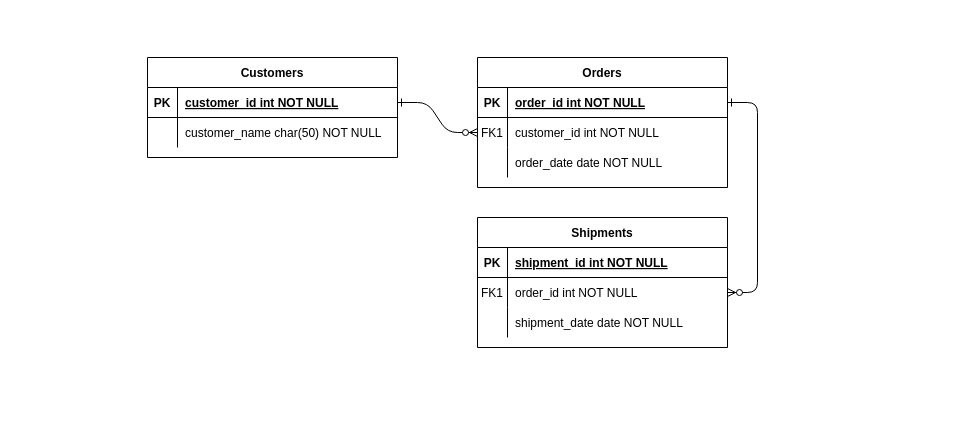
Earlier version of the draw.io diagram Diagramă conceptuală.drawio (Fabbye3737/modelare_db). Source tidied: cells renumbered, new cells numbered last; positions are measured from the earlier drawing's top-left corner, leaving out a move shared by most shapes. Both pictures are drawn from the tidied source at 100%, with x=0, y=0 at pixel (147, 57).
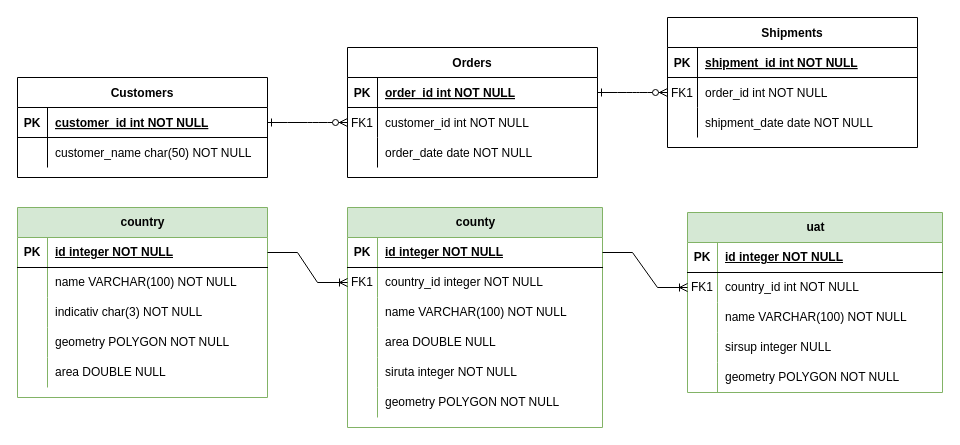
The same page after the edit.

The edit, as a diff of the source:
```diff
@@
     <mxCell id="4" value="Orders" style="shape=table;startSize=30;childLayout=tableLayout;rowLines=0;fontStyle=1;align=center;" parent="1" vertex="1">
-      <mxGeometry x="330" width="250" height="130" as="geometry" />
+      <mxGeometry x="200" y="-10" width="250" height="130" as="geometry" />
     </mxCell>
@@
     <mxCell id="14" value="Shipments" style="shape=table;startSize=30;childLayout=tableLayout;rowLines=0;fontStyle=1;align=center;" parent="1" vertex="1">
-      <mxGeometry x="330" y="160" width="250" height="130" as="geometry" />
+      <mxGeometry x="520" y="-40" width="250" height="130" as="geometry" />
     </mxCell>
@@
     <mxCell id="24" value="Customers" style="shape=table;startSize=30;childLayout=tableLayout;rowLines=0;fontStyle=1;align=center;" parent="1" vertex="1">
-      <mxGeometry width="250" height="100" as="geometry" />
+      <mxGeometry x="-130" y="20" width="250" height="100" as="geometry" />
     </mxCell>
@@
+    <mxCell id="31" value="country" style="shape=table;startSize=30;childLayout=tableLayout;rowLines=0;fontStyle=1;align=center;html=1;fillColor=#d5e8d4;strokeColor=#82b366;" parent="1" vertex="1">
+      <mxGeometry x="-130" y="150" width="250" height="190" as="geometry" />
+    </mxCell>
+    <mxCell id="32" style="shape=tableRow;horizontal=0;startSize=0;swimlaneHead=0;swimlaneBody=0;fillColor=none;points=[[0,0.5],[1,0.5]];portConstraint=eastwest;top=0;left=0;right=0;bottom=1;" parent="31" vertex="1">
+      <mxGeometry y="30" width="250" height="30" as="geometry" />
+    </mxCell>
+    <mxCell id="33" value="PK" style="shape=partialRectangle;fillColor=none;top=0;left=0;bottom=0;right=0;fontStyle=1;overflow=hidden;whiteSpace=wrap;html=1;" parent="32" vertex="1">
+      <mxGeometry width="30" height="30" as="geometry" />
+    </mxCell>
+    <mxCell id="34" value="id integer NOT NULL" style="shape=partialRectangle;fillColor=none;top=0;left=0;bottom=0;right=0;align=left;spacingLeft=6;fontStyle=5;overflow=hidden;whiteSpace=wrap;html=1;" parent="32" vertex="1">
+      <mxGeometry x="30" width="220" height="30" as="geometry" />
+    </mxCell>
+    <mxCell id="35" style="shape=tableRow;horizontal=0;startSize=0;swimlaneHead=0;swimlaneBody=0;fillColor=none;top=0;left=0;right=0;bottom=0;" parent="31" vertex="1">
+      <mxGeometry y="60" width="250" height="30" as="geometry" />
+    </mxCell>
+    <mxCell id="36" style="shape=partialRectangle;fillColor=none;top=0;left=0;bottom=0;right=0;overflow=hidden;whiteSpace=wrap;html=1;" parent="35" vertex="1">
+      <mxGeometry width="30" height="30" as="geometry" />
+    </mxCell>
+    <mxCell id="37" value="name VARCHAR(100) NOT NULL" style="shape=partialRectangle;fillColor=none;top=0;left=0;bottom=0;right=0;align=left;spacingLeft=6;overflow=hidden;whiteSpace=wrap;html=1;" parent="35" vertex="1">
+      <mxGeometry x="30" width="220" height="30" as="geometry" />
+    </mxCell>
+    <mxCell id="38" style="shape=tableRow;horizontal=0;startSize=0;swimlaneHead=0;swimlaneBody=0;fillColor=none;top=0;left=0;right=0;bottom=0;" parent="31" vertex="1">
+      <mxGeometry y="90" width="250" height="30" as="geometry" />
+    </mxCell>
+    <mxCell id="39" style="shape=partialRectangle;fillColor=none;top=0;left=0;bottom=0;right=0;overflow=hidden;whiteSpace=wrap;html=1;" parent="38" vertex="1">
+      <mxGeometry width="30" height="30" as="geometry" />
+    </mxCell>
+    <mxCell id="40" value="indicativ char(3) NOT NULL" style="shape=partialRectangle;fillColor=none;top=0;left=0;bottom=0;right=0;align=left;spacingLeft=6;overflow=hidden;whiteSpace=wrap;html=1;" parent="38" vertex="1">
+      <mxGeometry x="30" width="220" height="30" as="geometry" />
+    </mxCell>
+    <mxCell id="41" style="shape=tableRow;horizontal=0;startSize=0;swimlaneHead=0;swimlaneBody=0;fillColor=none;top=0;left=0;right=0;bottom=0;" parent="31" vertex="1">
+      <mxGeometry y="120" width="250" height="30" as="geometry" />
+    </mxCell>
+    <mxCell id="42" style="shape=partialRectangle;fillColor=none;top=0;left=0;bottom=0;right=0;overflow=hidden;whiteSpace=wrap;html=1;" parent="41" vertex="1">
+      <mxGeometry width="30" height="30" as="geometry" />
+    </mxCell>
+    <mxCell id="43" value="geometry POLYGON NOT NULL" style="shape=partialRectangle;fillColor=none;top=0;left=0;bottom=0;right=0;align=left;spacingLeft=6;overflow=hidden;whiteSpace=wrap;html=1;" parent="41" vertex="1">
+      <mxGeometry x="30" width="220" height="30" as="geometry" />
+    </mxCell>
+    <mxCell id="44" style="shape=tableRow;horizontal=0;startSize=0;swimlaneHead=0;swimlaneBody=0;fillColor=none;top=0;left=0;right=0;bottom=0;" parent="31" vertex="1">
+      <mxGeometry y="150" width="250" height="30" as="geometry" />
+    </mxCell>
+    <mxCell id="45" style="shape=partialRectangle;fillColor=none;top=0;left=0;bottom=0;right=0;overflow=hidden;whiteSpace=wrap;html=1;" parent="44" vertex="1">
+      <mxGeometry width="30" height="30" as="geometry" />
+    </mxCell>
+    <mxCell id="46" value="area DOUBLE NULL" style="shape=partialRectangle;fillColor=none;top=0;left=0;bottom=0;right=0;align=left;spacingLeft=6;overflow=hidden;whiteSpace=wrap;html=1;" parent="44" vertex="1">
+      <mxGeometry x="30" width="220" height="30" as="geometry" />
+    </mxCell>
+    <mxCell id="47" value="county" style="shape=table;startSize=30;childLayout=tableLayout;rowLines=0;fontStyle=1;align=center;html=1;fillColor=#d5e8d4;strokeColor=#82b366;" parent="1" vertex="1">
+      <mxGeometry x="200" y="150" width="255" height="220" as="geometry" />
+    </mxCell>
+    <mxCell id="48" style="shape=tableRow;horizontal=0;startSize=0;swimlaneHead=0;swimlaneBody=0;fillColor=none;points=[[0,0.5],[1,0.5]];portConstraint=eastwest;top=0;left=0;right=0;bottom=1;" parent="47" vertex="1">
+      <mxGeometry y="30" width="255" height="30" as="geometry" />
+    </mxCell>
+    <mxCell id="49" value="PK" style="shape=partialRectangle;fillColor=none;top=0;left=0;bottom=0;right=0;fontStyle=1;overflow=hidden;whiteSpace=wrap;html=1;" parent="48" vertex="1">
+      <mxGeometry width="30" height="30" as="geometry" />
+    </mxCell>
+    <mxCell id="50" value="id integer NOT NULL" style="shape=partialRectangle;fillColor=none;top=0;left=0;bottom=0;right=0;align=left;spacingLeft=6;fontStyle=5;overflow=hidden;whiteSpace=wrap;html=1;" parent="48" vertex="1">
+      <mxGeometry x="30" width="225" height="30" as="geometry" />
+    </mxCell>
+    <mxCell id="51" style="shape=tableRow;horizontal=0;startSize=0;swimlaneHead=0;swimlaneBody=0;fillColor=none;points=[[0,0.5],[1,0.5]];portConstraint=eastwest;top=0;left=0;right=0;bottom=0;" parent="47" vertex="1">
+      <mxGeometry y="60" width="255" height="30" as="geometry" />
+    </mxCell>
+    <mxCell id="52" value="FK1" style="shape=partialRectangle;fillColor=none;top=0;left=0;bottom=0;right=0;overflow=hidden;whiteSpace=wrap;html=1;" parent="51" vertex="1">
+      <mxGeometry width="30" height="30" as="geometry" />
+    </mxCell>
+    <mxCell id="53" value="country_id integer NOT NULL" style="shape=partialRectangle;fillColor=none;top=0;left=0;bottom=0;right=0;align=left;spacingLeft=6;overflow=hidden;whiteSpace=wrap;html=1;" parent="51" vertex="1">
+      <mxGeometry x="30" width="225" height="30" as="geometry" />
+    </mxCell>
+    <mxCell id="54" style="shape=tableRow;horizontal=0;startSize=0;swimlaneHead=0;swimlaneBody=0;fillColor=none;top=0;left=0;right=0;bottom=0;" parent="47" vertex="1">
+      <mxGeometry y="90" width="255" height="30" as="geometry" />
+    </mxCell>
+    <mxCell id="55" style="shape=partialRectangle;fillColor=none;top=0;left=0;bottom=0;right=0;overflow=hidden;whiteSpace=wrap;html=1;" parent="54" vertex="1">
+      <mxGeometry width="30" height="30" as="geometry" />
+    </mxCell>
+    <mxCell id="56" value="name VARCHAR(100) NOT NULL" style="shape=partialRectangle;fillColor=none;top=0;left=0;bottom=0;right=0;align=left;spacingLeft=6;overflow=hidden;whiteSpace=wrap;html=1;" parent="54" vertex="1">
+      <mxGeometry x="30" width="225" height="30" as="geometry" />
+    </mxCell>
+    <mxCell id="57" style="shape=tableRow;horizontal=0;startSize=0;swimlaneHead=0;swimlaneBody=0;fillColor=none;top=0;left=0;right=0;bottom=0;" parent="47" vertex="1">
+      <mxGeometry y="120" width="255" height="30" as="geometry" />
+    </mxCell>
+    <mxCell id="58" style="shape=partialRectangle;fillColor=none;top=0;left=0;bottom=0;right=0;overflow=hidden;whiteSpace=wrap;html=1;" parent="57" vertex="1">
+      <mxGeometry width="30" height="30" as="geometry" />
+    </mxCell>
+    <mxCell id="59" value="area DOUBLE NULL" style="shape=partialRectangle;fillColor=none;top=0;left=0;bottom=0;right=0;align=left;spacingLeft=6;overflow=hidden;whiteSpace=wrap;html=1;" parent="57" vertex="1">
+      <mxGeometry x="30" width="225" height="30" as="geometry" />
+    </mxCell>
+    <mxCell id="60" style="shape=tableRow;horizontal=0;startSize=0;swimlaneHead=0;swimlaneBody=0;fillColor=none;top=0;left=0;right=0;bottom=0;" parent="47" vertex="1">
+      <mxGeometry y="150" width="255" height="30" as="geometry" />
+    </mxCell>
+    <mxCell id="61" style="shape=partialRectangle;fillColor=none;top=0;left=0;bottom=0;right=0;overflow=hidden;whiteSpace=wrap;html=1;" parent="60" vertex="1">
+      <mxGeometry width="30" height="30" as="geometry" />
+    </mxCell>
+    <mxCell id="62" value="siruta integer NOT NULL" style="shape=partialRectangle;fillColor=none;top=0;left=0;bottom=0;right=0;align=left;spacingLeft=6;overflow=hidden;whiteSpace=wrap;html=1;" parent="60" vertex="1">
+      <mxGeometry x="30" width="225" height="30" as="geometry" />
+    </mxCell>
+    <mxCell id="63" style="shape=tableRow;horizontal=0;startSize=0;swimlaneHead=0;swimlaneBody=0;fillColor=none;top=0;left=0;right=0;bottom=0;" parent="47" vertex="1">
+      <mxGeometry y="180" width="255" height="30" as="geometry" />
+    </mxCell>
+    <mxCell id="64" style="shape=partialRectangle;fillColor=none;top=0;left=0;bottom=0;right=0;overflow=hidden;whiteSpace=wrap;html=1;" parent="63" vertex="1">
+      <mxGeometry width="30" height="30" as="geometry" />
+    </mxCell>
+    <mxCell id="65" value="geometry POLYGON NOT NULL" style="shape=partialRectangle;fillColor=none;top=0;left=0;bottom=0;right=0;align=left;spacingLeft=6;overflow=hidden;whiteSpace=wrap;html=1;" parent="63" vertex="1">
+      <mxGeometry x="30" width="225" height="30" as="geometry" />
+    </mxCell>
+    <mxCell id="66" style="edgeStyle=entityRelationEdgeStyle;fontSize=12;html=1;endArrow=ERoneToMany;rounded=0;exitX=1;exitY=0.5;exitDx=0;exitDy=0;entryX=0;entryY=0.5;entryDx=0;entryDy=0;" parent="1" edge="1" source="32" target="51">
+      <mxGeometry relative="1" as="geometry" />
+    </mxCell>
+    <mxCell id="67" value="uat" style="shape=table;startSize=30;childLayout=tableLayout;rowLines=0;fontStyle=1;align=center;html=1;fillColor=#d5e8d4;strokeColor=#82b366;" parent="1" vertex="1">
+      <mxGeometry x="540" y="155" width="255" height="180" as="geometry" />
+    </mxCell>
+    <mxCell id="68" style="shape=tableRow;horizontal=0;startSize=0;swimlaneHead=0;swimlaneBody=0;fillColor=none;top=0;left=0;right=0;bottom=1;" parent="67" vertex="1">
+      <mxGeometry y="30" width="255" height="30" as="geometry" />
+    </mxCell>
+    <mxCell id="69" value="PK" style="shape=partialRectangle;fillColor=none;top=0;left=0;bottom=0;right=0;fontStyle=1;overflow=hidden;whiteSpace=wrap;html=1;" parent="68" vertex="1">
+      <mxGeometry width="30" height="30" as="geometry" />
+    </mxCell>
+    <mxCell id="70" value="id integer NOT NULL" style="shape=partialRectangle;fillColor=none;top=0;left=0;bottom=0;right=0;align=left;spacingLeft=6;fontStyle=5;overflow=hidden;whiteSpace=wrap;html=1;" parent="68" vertex="1">
+      <mxGeometry x="30" width="225" height="30" as="geometry" />
+    </mxCell>
+    <mxCell id="71" style="shape=tableRow;horizontal=0;startSize=0;swimlaneHead=0;swimlaneBody=0;fillColor=none;points=[[0,0.5],[1,0.5]];portConstraint=eastwest;top=0;left=0;right=0;bottom=0;" parent="67" vertex="1">
+      <mxGeometry y="60" width="255" height="30" as="geometry" />
+    </mxCell>
+    <mxCell id="72" value="FK1" style="shape=partialRectangle;fillColor=none;top=0;left=0;bottom=0;right=0;overflow=hidden;whiteSpace=wrap;html=1;" parent="71" vertex="1">
+      <mxGeometry width="30" height="30" as="geometry" />
+    </mxCell>
+    <mxCell id="73" value="country_id int NOT NULL" style="shape=partialRectangle;fillColor=none;top=0;left=0;bottom=0;right=0;align=left;spacingLeft=6;overflow=hidden;whiteSpace=wrap;html=1;" parent="71" vertex="1">
+      <mxGeometry x="30" width="225" height="30" as="geometry" />
+    </mxCell>
+    <mxCell id="74" style="shape=tableRow;horizontal=0;startSize=0;swimlaneHead=0;swimlaneBody=0;fillColor=none;top=0;left=0;right=0;bottom=0;" parent="67" vertex="1">
+      <mxGeometry y="90" width="255" height="30" as="geometry" />
+    </mxCell>
+    <mxCell id="75" style="shape=partialRectangle;fillColor=none;top=0;left=0;bottom=0;right=0;overflow=hidden;whiteSpace=wrap;html=1;" parent="74" vertex="1">
+      <mxGeometry width="30" height="30" as="geometry" />
+    </mxCell>
+    <mxCell id="76" value="name VARCHAR(100) NOT NULL" style="shape=partialRectangle;fillColor=none;top=0;left=0;bottom=0;right=0;align=left;spacingLeft=6;overflow=hidden;whiteSpace=wrap;html=1;" parent="74" vertex="1">
+      <mxGeometry x="30" width="225" height="30" as="geometry" />
+    </mxCell>
+    <mxCell id="77" style="shape=tableRow;horizontal=0;startSize=0;swimlaneHead=0;swimlaneBody=0;fillColor=none;top=0;left=0;right=0;bottom=0;" parent="67" vertex="1">
+      <mxGeometry y="120" width="255" height="30" as="geometry" />
+    </mxCell>
+    <mxCell id="78" style="shape=partialRectangle;fillColor=none;top=0;left=0;bottom=0;right=0;overflow=hidden;whiteSpace=wrap;html=1;" parent="77" vertex="1">
+      <mxGeometry width="30" height="30" as="geometry" />
+    </mxCell>
+    <mxCell id="79" value="sirsup integer NULL" style="shape=partialRectangle;fillColor=none;top=0;left=0;bottom=0;right=0;align=left;spacingLeft=6;overflow=hidden;whiteSpace=wrap;html=1;" parent="77" vertex="1">
+      <mxGeometry x="30" width="225" height="30" as="geometry" />
+    </mxCell>
+    <mxCell id="80" style="shape=tableRow;horizontal=0;startSize=0;swimlaneHead=0;swimlaneBody=0;fillColor=none;top=0;left=0;right=0;bottom=0;" parent="67" vertex="1">
+      <mxGeometry y="150" width="255" height="30" as="geometry" />
+    </mxCell>
+    <mxCell id="81" style="shape=partialRectangle;fillColor=none;top=0;left=0;bottom=0;right=0;overflow=hidden;whiteSpace=wrap;html=1;" parent="80" vertex="1">
+      <mxGeometry width="30" height="30" as="geometry" />
+    </mxCell>
+    <mxCell id="82" value="geometry POLYGON NOT NULL" style="shape=partialRectangle;fillColor=none;top=0;left=0;bottom=0;right=0;align=left;spacingLeft=6;overflow=hidden;whiteSpace=wrap;html=1;" parent="80" vertex="1">
+      <mxGeometry x="30" width="225" height="30" as="geometry" />
+    </mxCell>
+    <mxCell id="83" style="edgeStyle=entityRelationEdgeStyle;fontSize=12;html=1;endArrow=ERoneToMany;rounded=0;exitX=1;exitY=0.5;exitDx=0;exitDy=0;entryX=0;entryY=0.5;entryDx=0;entryDy=0;" parent="1" edge="1" source="48" target="71">
+      <mxGeometry relative="1" as="geometry" />
+    </mxCell>
```
